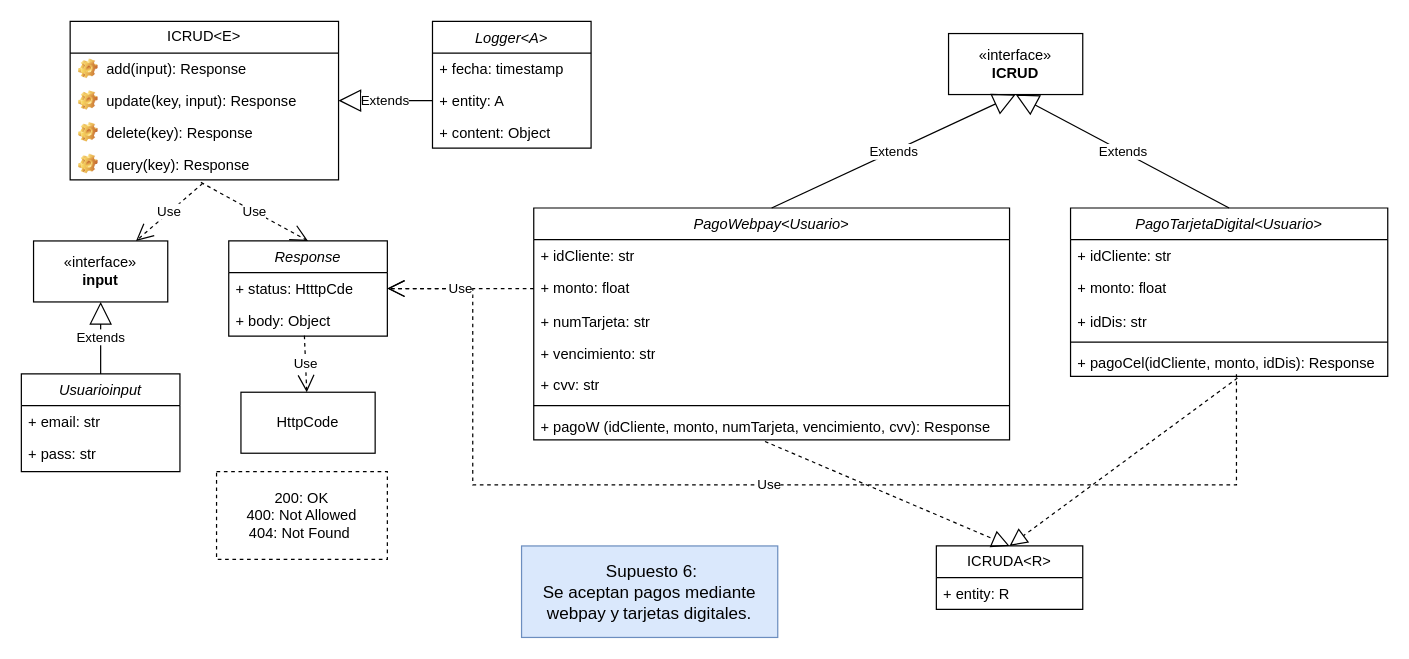
Above: Front-End_Sprint/DiagramaSupuesto6.drawio in Giggin-html/dwm4 (draw.io), before the change. Source tidied: cells renumbered, new cells numbered last; positions are measured from the earlier drawing's top-left corner, leaving out a move shared by most shapes. Both pictures are drawn from the tidied source at 122%, with x=0, y=0 at pixel (21, 21).
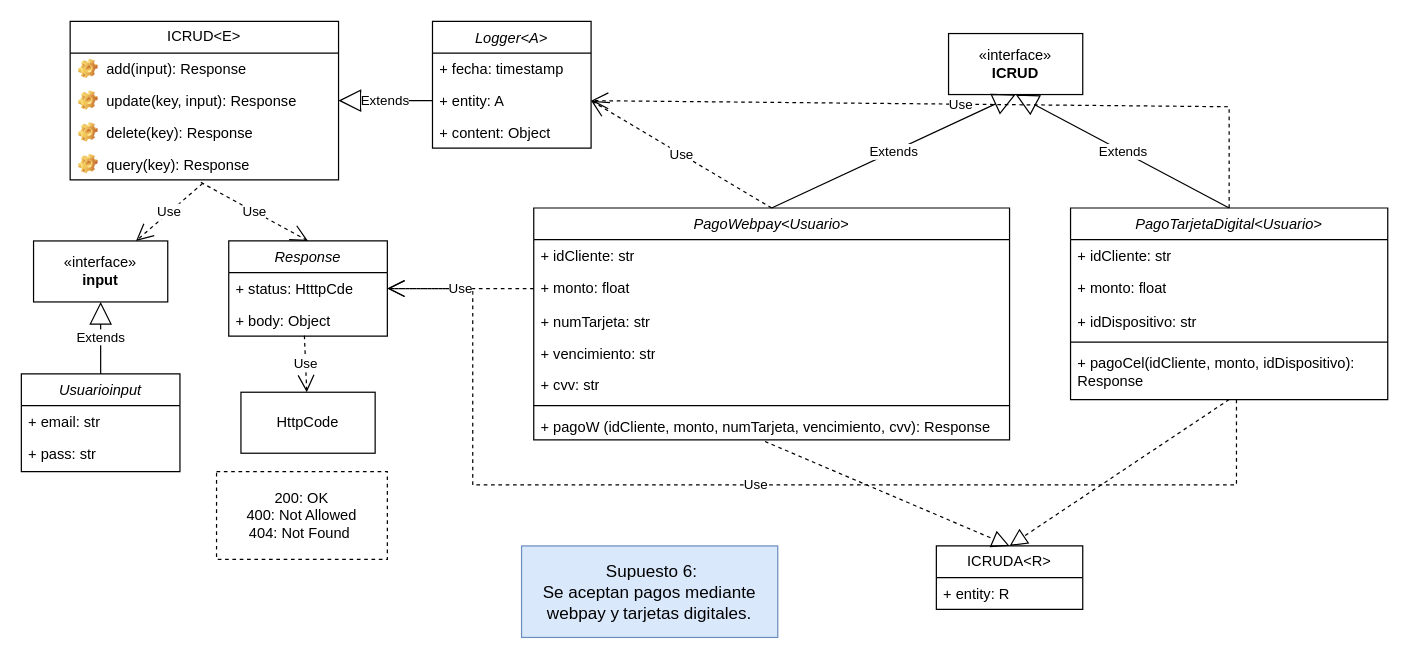
The same diagram, later.

Unchanged cells that the change refers to:
```xml
<mxCell id="21" value="+ status: HtttpCde" style="text;strokeColor=none;fillColor=none;align=left;verticalAlign=top;spacingLeft=4;spacingRight=4;overflow=hidden;points=[[0,0.5],[1,0.5]];portConstraint=eastwest;whiteSpace=wrap;html=1;" parent="20" vertex="1">
  <mxGeometry y="26" width="130" height="26" as="geometry" />
</mxCell>
<mxCell id="32" value="+ entity: A" style="text;strokeColor=none;fillColor=none;align=left;verticalAlign=top;spacingLeft=4;spacingRight=4;overflow=hidden;points=[[0,0.5],[1,0.5]];portConstraint=eastwest;whiteSpace=wrap;html=1;" parent="30" vertex="1">
  <mxGeometry y="52" width="130" height="26" as="geometry" />
</mxCell>
<mxCell id="35" value="PagoWebpay&lt;Usuario&gt;" style="swimlane;fontStyle=2;align=center;verticalAlign=top;horizontal=1;startSize=26;rounded=0;shadow=0;strokeWidth=1;" parent="1" vertex="1">
  <mxGeometry x="420" y="153" width="390" height="190" as="geometry" />
</mxCell>
<mxCell id="46" value="ICRUDA&amp;lt;R&amp;gt;" style="swimlane;fontStyle=0;horizontal=1;startSize=26;fillColor=none;whiteSpace=wrap;html=1;" parent="1" vertex="1">
  <mxGeometry x="750" y="430" width="120" height="52" as="geometry" />
</mxCell>
```

Change to the diagram source:
```diff
@@
     <mxCell id="3" value="PagoTarjetaDigital&lt;Usuario&gt;" style="swimlane;fontStyle=2;align=center;verticalAlign=top;horizontal=1;startSize=26;rounded=0;shadow=0;strokeWidth=1;" parent="1" vertex="1">
-      <mxGeometry x="860" y="153" width="260" height="138" as="geometry" />
+      <mxGeometry x="860" y="153" width="260" height="157" as="geometry" />
     </mxCell>
@@
-    <mxCell id="6" value="+ idDis: str" style="text;strokeColor=none;fillColor=none;align=left;verticalAlign=top;spacingLeft=4;spacingRight=4;overflow=hidden;whiteSpace=wrap;html=1;" parent="3" vertex="1">
+    <mxCell id="6" value="+ idDispositivo: str" style="text;strokeColor=none;fillColor=none;align=left;verticalAlign=top;spacingLeft=4;spacingRight=4;overflow=hidden;whiteSpace=wrap;html=1;" parent="3" vertex="1">
       <mxGeometry y="80" width="260" height="26" as="geometry" />
     </mxCell>
@@
-    <mxCell id="8" value="+ pagoCel(idCliente, monto, idDis): Response" style="text;strokeColor=none;fillColor=none;align=left;verticalAlign=top;spacingLeft=4;spacingRight=4;overflow=hidden;points=[[0,0.5],[1,0.5]];portConstraint=eastwest;whiteSpace=wrap;html=1;" parent="3" vertex="1">
-      <mxGeometry y="114" width="260" height="24" as="geometry" />
+    <mxCell id="8" value="+ pagoCel(idCliente, monto, idDispositivo): Response" style="text;strokeColor=none;fillColor=none;align=left;verticalAlign=top;spacingLeft=4;spacingRight=4;overflow=hidden;points=[[0,0.5],[1,0.5]];portConstraint=eastwest;whiteSpace=wrap;html=1;" parent="3" vertex="1">
+      <mxGeometry y="114" width="260" height="36" as="geometry" />
     </mxCell>
@@
-    <mxCell id="28" value="Use" style="endArrow=open;endSize=12;dashed=1;html=1;rounded=0;entryX=1;entryY=0.5;entryDx=0;entryDy=0;exitX=0.523;exitY=0.925;exitDx=0;exitDy=0;exitPerimeter=0;" parent="1" edge="1" source="8" target="21">
+    <mxCell id="28" value="Use" style="endArrow=open;endSize=12;dashed=1;html=1;rounded=0;entryX=1;entryY=0.5;entryDx=0;entryDy=0;" parent="1" edge="1" target="21">
       <mxGeometry relative="1" as="geometry">
+        <mxPoint x="996" y="310" as="sourcePoint" />
         <Array as="points">
           <mxPoint x="996" y="380" />
           <mxPoint x="370" y="380" />
           <mxPoint x="370" y="219" />
         </Array>
       </mxGeometry>
     </mxCell>
@@
-    <mxCell id="48" style="endArrow=block;dashed=1;endFill=0;endSize=12;html=1;rounded=0;fontSize=12;curved=1;exitX=0.526;exitY=1.058;exitDx=0;exitDy=0;entryX=0.5;entryY=0;entryDx=0;entryDy=0;exitPerimeter=0;" parent="1" edge="1" source="8" target="46">
-      <mxGeometry relative="1" as="geometry" />
+    <mxCell id="48" style="endArrow=block;dashed=1;endFill=0;endSize=12;html=1;rounded=0;fontSize=12;curved=1;entryX=0.5;entryY=0;entryDx=0;entryDy=0;" parent="1" edge="1" target="46">
+      <mxGeometry relative="1" as="geometry">
+        <mxPoint x="990" y="310" as="sourcePoint" />
+      </mxGeometry>
     </mxCell>
@@
+    <mxCell id="50" value="Use" style="endArrow=open;endSize=12;dashed=1;html=1;rounded=0;entryX=1;entryY=0.5;entryDx=0;entryDy=0;exitX=0.5;exitY=0;exitDx=0;exitDy=0;" parent="1" edge="1" source="35" target="32">
+      <mxGeometry relative="1" as="geometry" />
+    </mxCell>
+    <mxCell id="51" value="Use" style="endArrow=open;endSize=12;dashed=1;html=1;rounded=0;entryX=1;entryY=0.5;entryDx=0;entryDy=0;exitX=0.5;exitY=0;exitDx=0;exitDy=0;" parent="1" edge="1" source="3" target="32">
+      <mxGeometry relative="1" as="geometry">
+        <Array as="points">
+          <mxPoint x="990" y="70" />
+        </Array>
+      </mxGeometry>
+    </mxCell>
```
